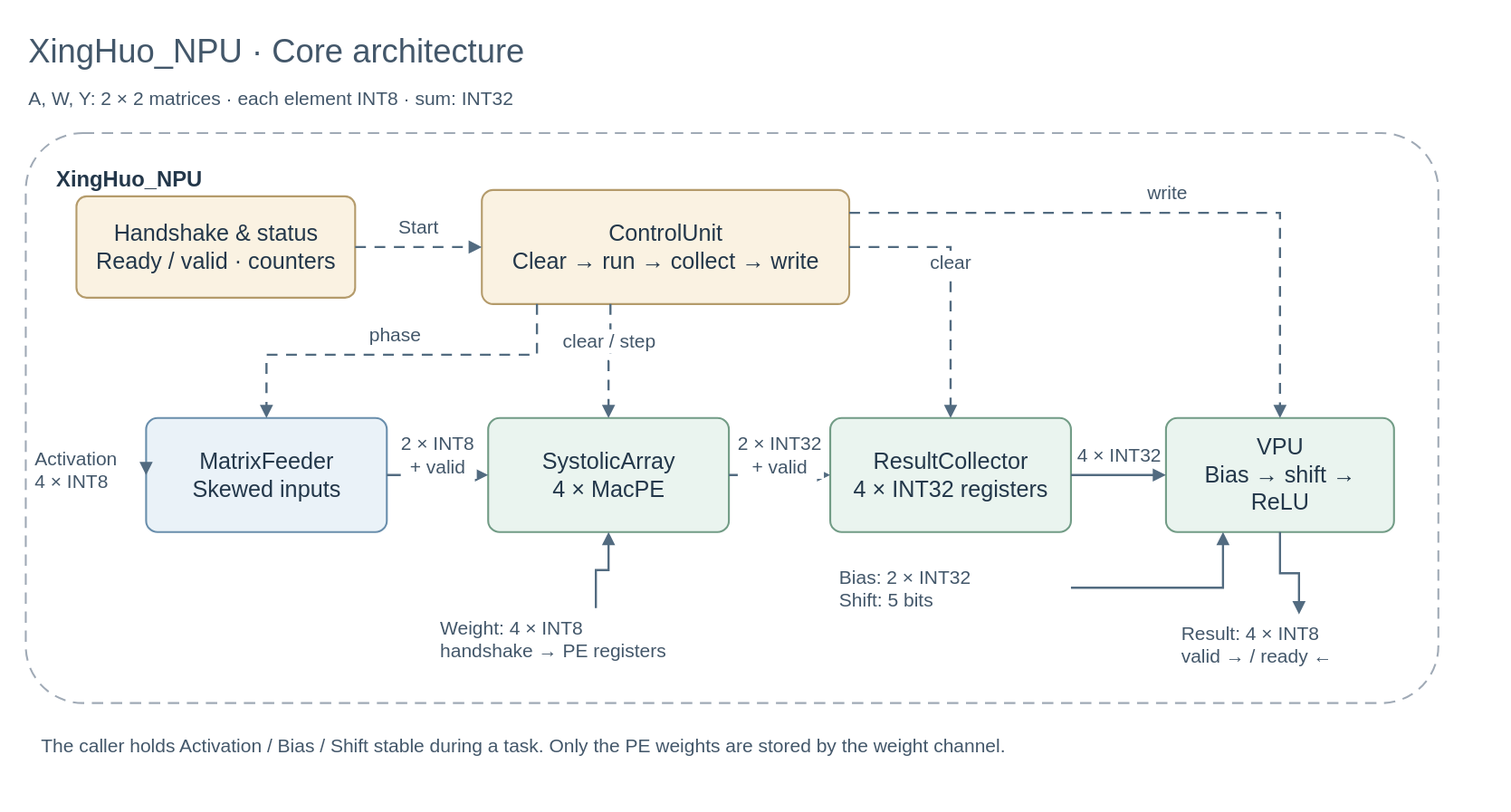
Briarcresy/XingHuo-NPU keeps this draw.io diagram as docs/diagrams/core-architecture.svg. Above is the earlier version. Source tidied: cells renumbered, new cells last; positions are measured from the earlier drawing's top-left corner, leaving out a move shared by most shapes.
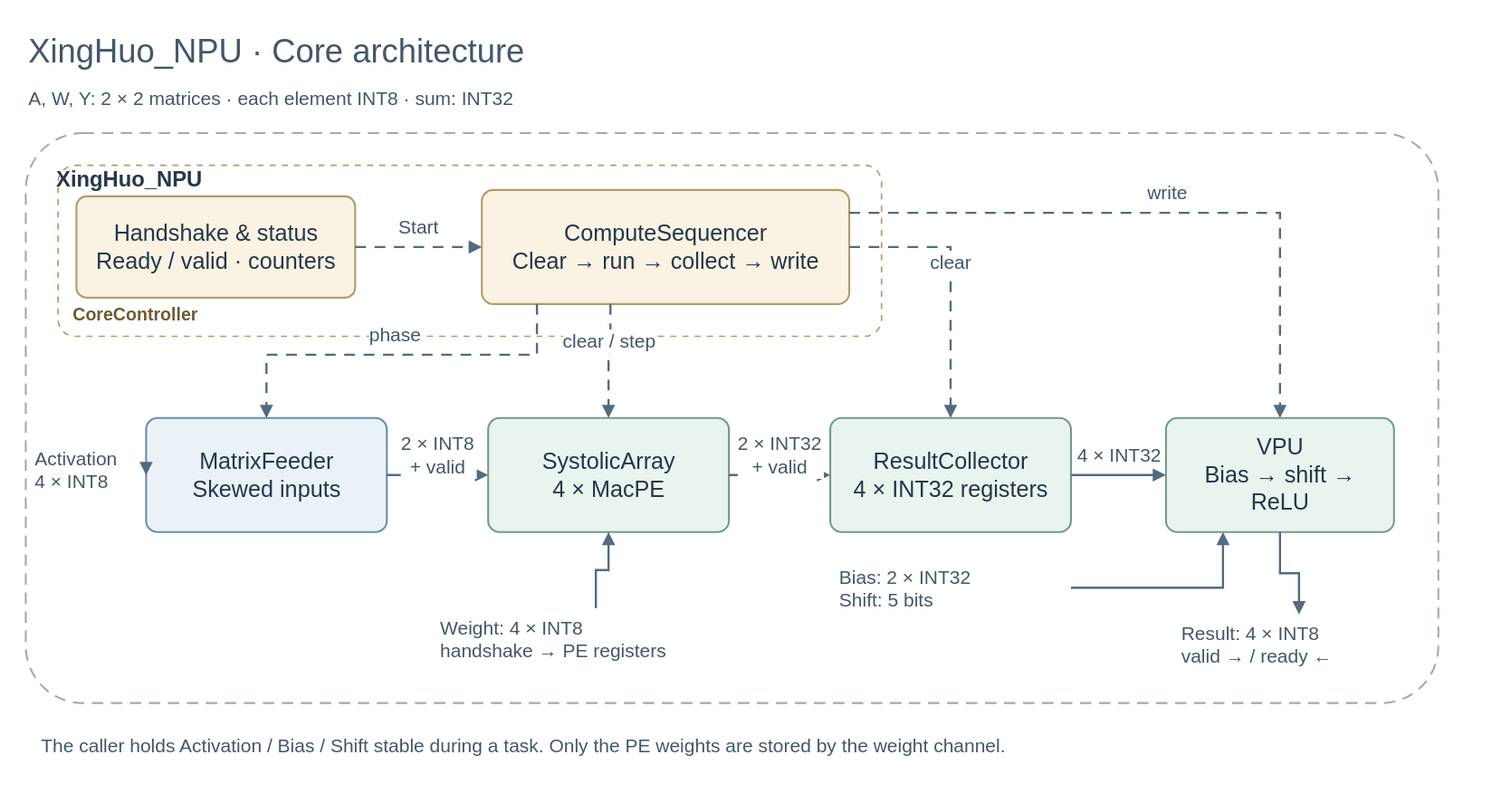
The same diagram one commit later.

Diff of the diagram source:
```diff
@@ -11,10 +11,13 @@
     <mxCell id="4" value="XingHuo_NPU" style="rounded=1;whiteSpace=wrap;html=0;arcSize=10;fillColor=#f4f6f8;strokeColor=#a0aab6;strokeWidth=1.5;fontColor=#23374a;fontFamily=Helvetica;fontSize=18;spacing=10;fillColor=none;dashed=1;dashPattern=6 4;verticalAlign=top;align=left;fontSize=17;fontStyle=1;spacingTop=12;spacingLeft=14;" parent="1" vertex="1">
       <mxGeometry y="85" width="1115" height="450" as="geometry" />
     </mxCell>
+    <mxCell id="28" value="CoreController" style="rounded=1;whiteSpace=wrap;html=0;arcSize=10;fillColor=none;strokeColor=#b49b6b;strokeWidth=1.2;fontColor=#6f5b32;fontFamily=Helvetica;fontSize=14;fontStyle=1;spacingBottom=6;spacingLeft=10;verticalAlign=bottom;align=left;dashed=1;dashPattern=4 4;" parent="1" vertex="1">
+      <mxGeometry x="25" y="110" width="650" height="135" as="geometry" />
+    </mxCell>
     <mxCell id="5" value="Handshake &amp; status&#10;Ready / valid · counters" style="rounded=1;whiteSpace=wrap;html=0;arcSize=10;fillColor=#faf2e2;strokeColor=#b49b6b;strokeWidth=1.5;fontColor=#23374a;fontFamily=Helvetica;fontSize=18;spacing=10;" parent="1" vertex="1">
       <mxGeometry x="40" y="135" width="220" height="80" as="geometry" />
     </mxCell>
-    <mxCell id="6" value="ControlUnit&#10;Clear → run → collect → write" style="rounded=1;whiteSpace=wrap;html=0;arcSize=10;fillColor=#faf2e2;strokeColor=#b49b6b;strokeWidth=1.5;fontColor=#23374a;fontFamily=Helvetica;fontSize=18;spacing=10;" parent="1" vertex="1">
+    <mxCell id="6" value="ComputeSequencer&#10;Clear → run → collect → write" style="rounded=1;whiteSpace=wrap;html=0;arcSize=10;fillColor=#faf2e2;strokeColor=#b49b6b;strokeWidth=1.5;fontColor=#23374a;fontFamily=Helvetica;fontSize=18;spacing=10;" parent="1" vertex="1">
       <mxGeometry x="360" y="130" width="290" height="90" as="geometry" />
     </mxCell>
     <mxCell id="7" value="MatrixFeeder&#10;Skewed inputs" style="rounded=1;whiteSpace=wrap;html=0;arcSize=10;fillColor=#eaf2f8;strokeColor=#698eac;strokeWidth=1.5;fontColor=#23374a;fontFamily=Helvetica;fontSize=18;spacing=10;" parent="1" vertex="1">
```
